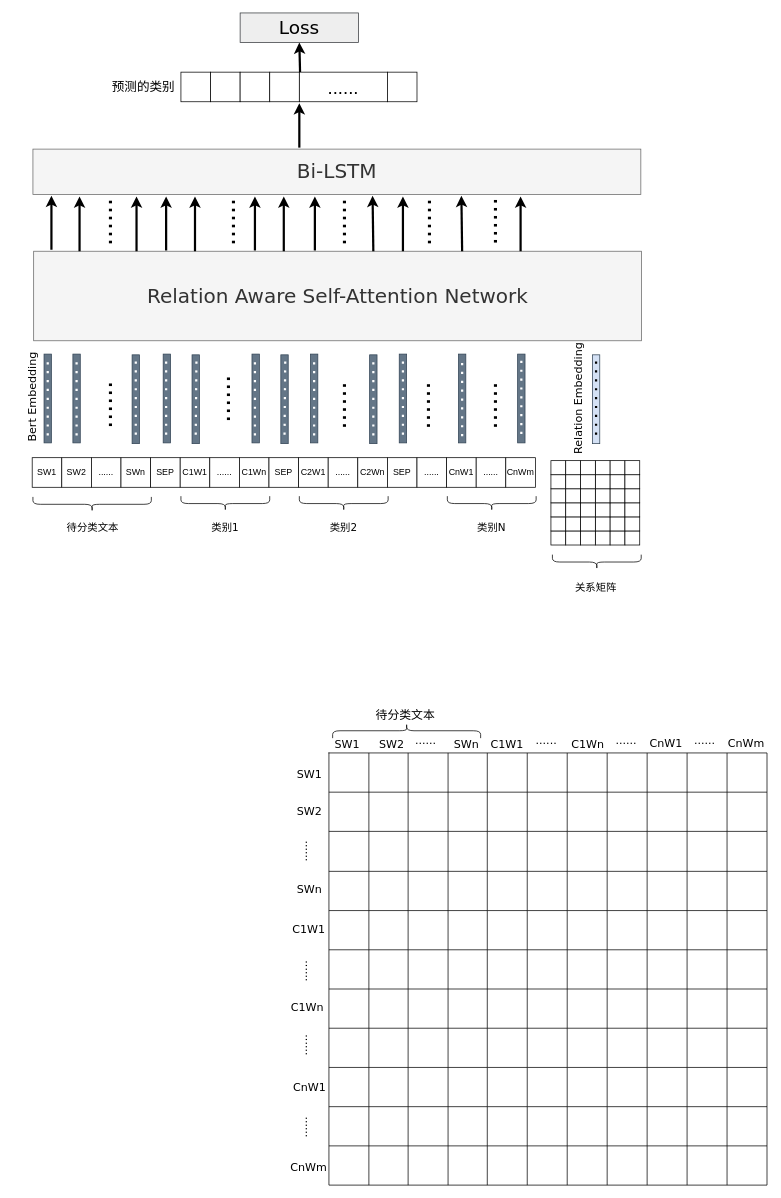
CindyZX/drawio_figures keeps this draw.io diagram as multi-label_classification_patent.drawio. Above is the earlier version. Source tidied: cells renumbered, new cells numbered last; positions are measured from the earlier drawing's top-left corner, leaving out a move shared by most shapes. Both pictures are drawn from the tidied source at 74%, with x=0, y=0 at pixel (-28, 13).
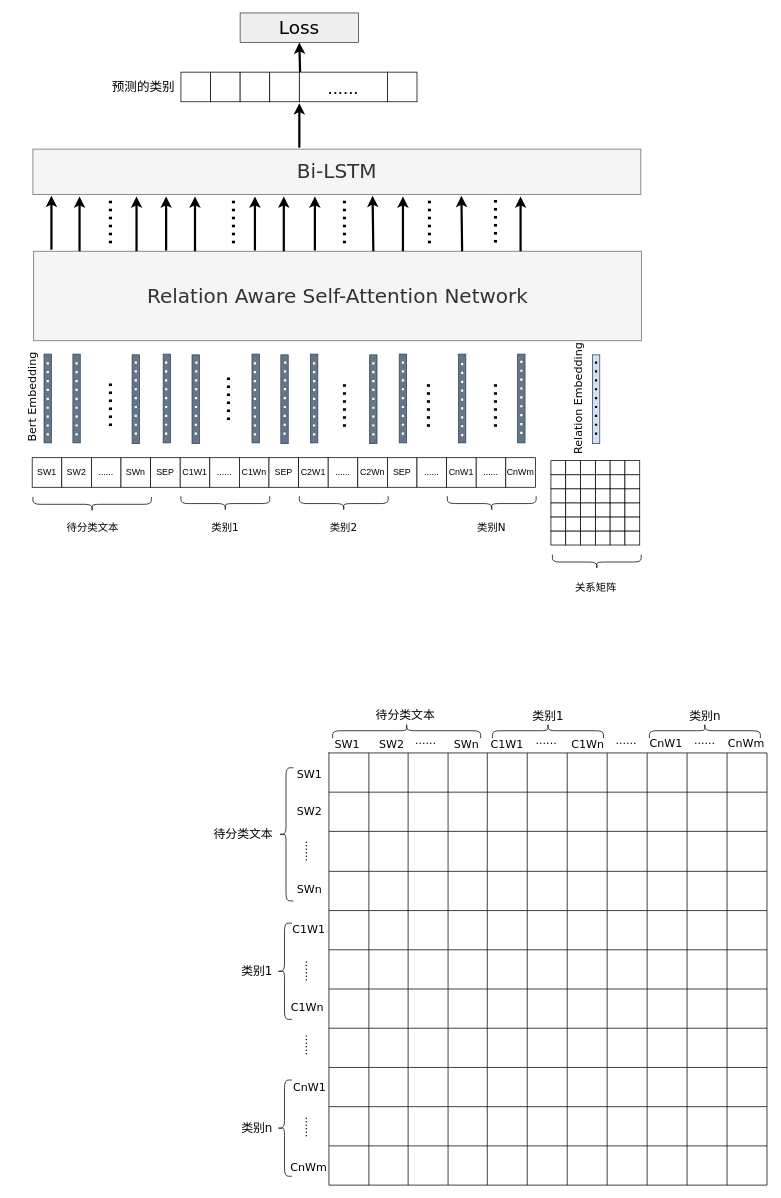
After the change.

Change to the diagram source:
```diff
@@
+    <mxCell id="300" style="shape=curlyBracket;whiteSpace=wrap;html=1;rounded=1;labelPosition=left;verticalLabelPosition=middle;align=right;verticalAlign=middle;fontFamily=Verdana;fontSize=12;rotation=90;" parent="1" vertex="1">
+      <mxGeometry x="768" y="895" width="20" height="150" as="geometry" />
+    </mxCell>
+    <mxCell id="301" value="&lt;font style=&quot;font-size: 16px;&quot;&gt;类别1&lt;/font&gt;" style="text;html=1;strokeColor=none;fillColor=none;align=center;verticalAlign=middle;whiteSpace=wrap;rounded=0;fontFamily=Verdana;fontSize=12;rotation=0;" parent="1" vertex="1">
+      <mxGeometry x="730.5" y="935" width="95" height="30" as="geometry" />
+    </mxCell>
+    <mxCell id="302" style="shape=curlyBracket;whiteSpace=wrap;html=1;rounded=1;labelPosition=left;verticalLabelPosition=middle;align=right;verticalAlign=middle;fontFamily=Verdana;fontSize=12;rotation=90;" parent="1" vertex="1">
+      <mxGeometry x="980" y="895" width="20" height="150" as="geometry" />
+    </mxCell>
+    <mxCell id="303" value="&lt;font style=&quot;font-size: 16px;&quot;&gt;类别n&lt;/font&gt;" style="text;html=1;strokeColor=none;fillColor=none;align=center;verticalAlign=middle;whiteSpace=wrap;rounded=0;fontFamily=Verdana;fontSize=12;rotation=0;" parent="1" vertex="1">
+      <mxGeometry x="942.5" y="935" width="95" height="30" as="geometry" />
+    </mxCell>
+    <mxCell id="304" style="shape=curlyBracket;whiteSpace=wrap;html=1;rounded=1;labelPosition=left;verticalLabelPosition=middle;align=right;verticalAlign=middle;fontFamily=Verdana;fontSize=12;rotation=0;" parent="1" vertex="1">
+      <mxGeometry x="414" y="1020" width="20" height="180" as="geometry" />
+    </mxCell>
+    <mxCell id="305" value="&lt;font style=&quot;font-size: 16px;&quot;&gt;待分类文本&lt;/font&gt;" style="text;html=1;strokeColor=none;fillColor=none;align=center;verticalAlign=middle;whiteSpace=wrap;rounded=0;fontFamily=Verdana;fontSize=12;rotation=0;" parent="1" vertex="1">
+      <mxGeometry x="319" y="1095" width="95" height="30" as="geometry" />
+    </mxCell>
+    <mxCell id="306" style="shape=curlyBracket;whiteSpace=wrap;html=1;rounded=1;labelPosition=left;verticalLabelPosition=middle;align=right;verticalAlign=middle;fontFamily=Verdana;fontSize=12;rotation=0;" parent="1" vertex="1">
+      <mxGeometry x="412" y="1230" width="20" height="130" as="geometry" />
+    </mxCell>
+    <mxCell id="307" value="&lt;font style=&quot;font-size: 16px;&quot;&gt;类别1&lt;/font&gt;" style="text;html=1;strokeColor=none;fillColor=none;align=center;verticalAlign=middle;whiteSpace=wrap;rounded=0;fontFamily=Verdana;fontSize=12;rotation=0;" parent="1" vertex="1">
+      <mxGeometry x="352" y="1280" width="66" height="30" as="geometry" />
+    </mxCell>
+    <mxCell id="308" style="shape=curlyBracket;whiteSpace=wrap;html=1;rounded=1;labelPosition=left;verticalLabelPosition=middle;align=right;verticalAlign=middle;fontFamily=Verdana;fontSize=12;rotation=0;" parent="1" vertex="1">
+      <mxGeometry x="412" y="1442" width="20" height="130" as="geometry" />
+    </mxCell>
+    <mxCell id="309" value="&lt;font style=&quot;font-size: 16px;&quot;&gt;类别n&lt;/font&gt;" style="text;html=1;strokeColor=none;fillColor=none;align=center;verticalAlign=middle;whiteSpace=wrap;rounded=0;fontFamily=Verdana;fontSize=12;rotation=0;" parent="1" vertex="1">
+      <mxGeometry x="352" y="1492" width="66" height="30" as="geometry" />
+    </mxCell>
```
